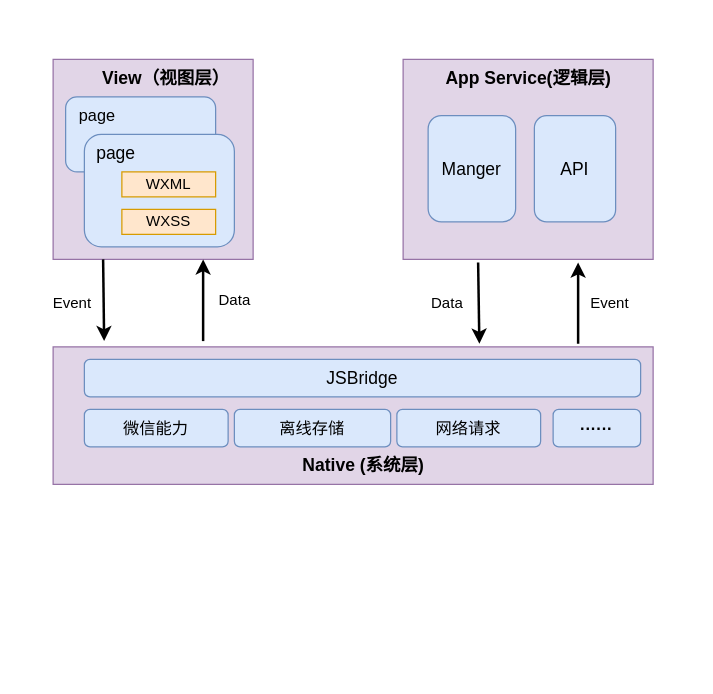
Above: MINA框架.drawio in ov0-0vo/1 (draw.io), before the change. Source tidied: cells renumbered, new cells numbered last; positions are measured from the earlier drawing's top-left corner, leaving out a move shared by most shapes. Both pictures are drawn from the tidied source at 125%, with x=0, y=0 at pixel (40, 59).
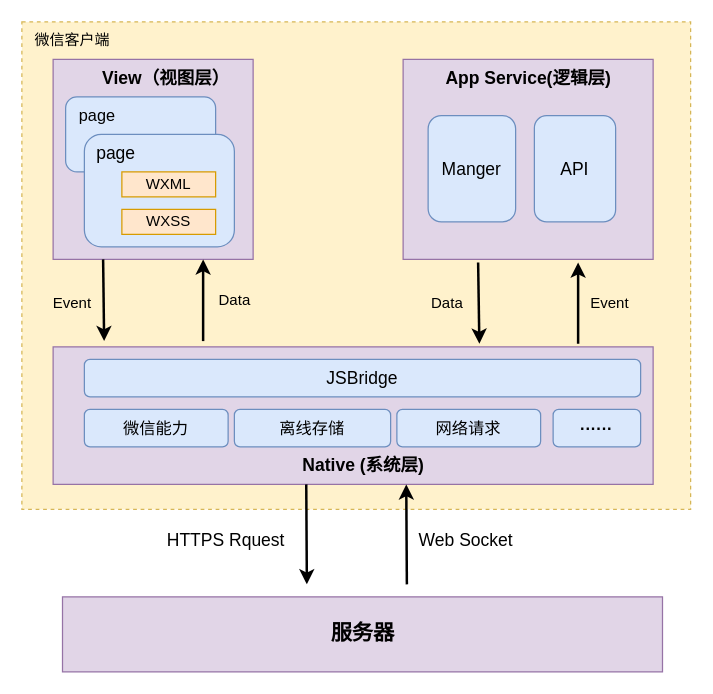
After the change.

The edit, as a diff of the source:
```diff
@@
+    <mxCell id="29" style="rounded=0;whiteSpace=wrap;html=1;fillColor=#fff2cc;strokeColor=#d6b656;dashed=1;" parent="1" vertex="1">
+      <mxGeometry x="-15" y="-30" width="535" height="390" as="geometry" />
+    </mxCell>
@@
+    <mxCell id="30" value="微信客户端" style="text;html=1;align=center;verticalAlign=middle;strokeColor=none;fillColor=none;" parent="1" vertex="1">
+      <mxGeometry x="-15" y="-30" width="80" height="30" as="geometry" />
+    </mxCell>
+    <mxCell id="31" value="&lt;b&gt;&lt;font style=&quot;font-size: 17px;&quot;&gt;服务器&lt;/font&gt;&lt;/b&gt;" style="whiteSpace=wrap;html=1;align=center;fillColor=#e1d5e7;strokeColor=#9673a6;" parent="1" vertex="1">
+      <mxGeometry x="17.5" y="430" width="480" height="60" as="geometry" />
+    </mxCell>
+    <mxCell id="32" style="endArrow=classic;html=1;rounded=0;strokeWidth=2;" parent="1" edge="1">
+      <mxGeometry relative="1" as="geometry">
+        <mxPoint x="212.5" y="340" as="sourcePoint" />
+        <mxPoint x="213" y="420" as="targetPoint" />
+      </mxGeometry>
+    </mxCell>
+    <mxCell id="33" value="&lt;font style=&quot;font-size: 14px;&quot;&gt;HTTPS Rquest&lt;/font&gt;" style="text;html=1;align=center;verticalAlign=middle;strokeColor=none;fillColor=none;" parent="1" vertex="1">
+      <mxGeometry x="87.5" y="370" width="120" height="30" as="geometry" />
+    </mxCell>
+    <mxCell id="34" style="endArrow=classic;html=1;rounded=0;entryX=0.75;entryY=1;entryDx=0;entryDy=0;jumpSize=19;strokeWidth=2;" parent="1" edge="1">
+      <mxGeometry relative="1" as="geometry">
+        <mxPoint x="293" y="420" as="sourcePoint" />
+        <mxPoint x="292.5" y="340" as="targetPoint" />
+      </mxGeometry>
+    </mxCell>
+    <mxCell id="35" value="&lt;font style=&quot;font-size: 14px;&quot;&gt;Web Socket&lt;/font&gt;" style="text;html=1;align=center;verticalAlign=middle;strokeColor=none;fillColor=none;" parent="1" vertex="1">
+      <mxGeometry x="290" y="370" width="100" height="30" as="geometry" />
+    </mxCell>
```
